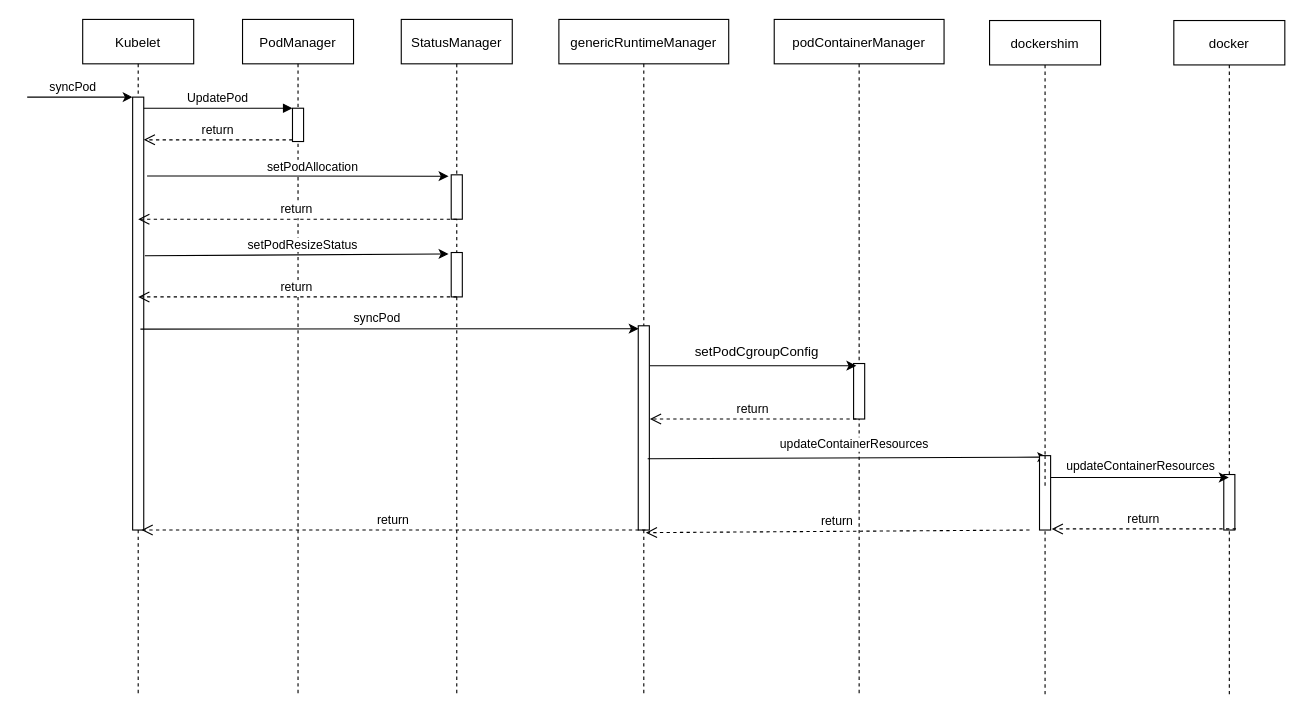
Above: worklog/Untitled Diagram.drawio in ichbinblau/OTC_Work_Log (draw.io), before the change. Source tidied: cells renumbered, new cells numbered last; positions are measured from the earlier drawing's top-left corner, leaving out a move shared by most shapes. Both pictures are drawn from the tidied source at 111%, with x=0, y=0 at pixel (27, 19).
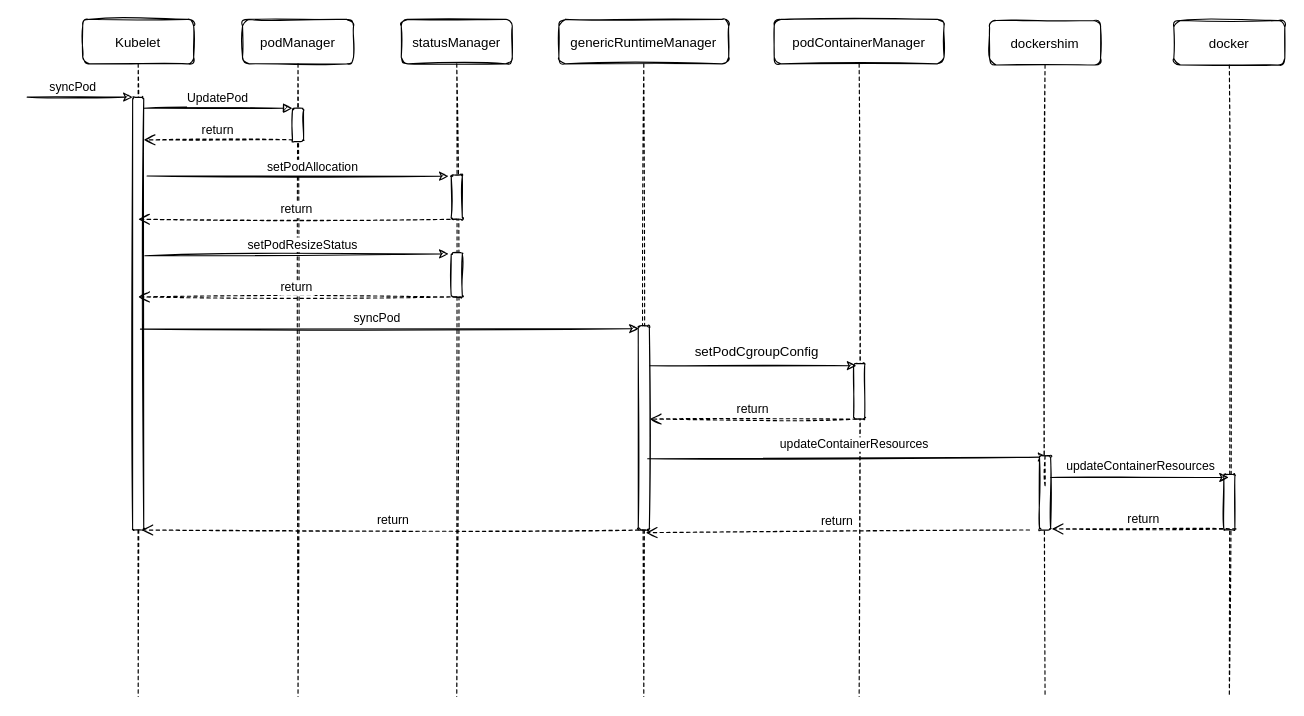
The same diagram, later.

The edit, as a diff of the source:
```diff
@@
-    <mxCell id="2" value="Kubelet" style="shape=umlLifeline;perimeter=lifelinePerimeter;rounded=0;shadow=0;strokeWidth=1;" parent="1" vertex="1">
+    <mxCell id="2" value="Kubelet" style="shape=umlLifeline;perimeter=lifelinePerimeter;shadow=0;strokeWidth=1;rounded=1;sketch=1;" parent="1" vertex="1">
       <mxGeometry x="50" width="100" height="610" as="geometry" />
     </mxCell>
-    <mxCell id="3" style="points=[];perimeter=orthogonalPerimeter;rounded=0;shadow=0;strokeWidth=1;" parent="2" vertex="1">
+    <mxCell id="3" style="points=[];perimeter=orthogonalPerimeter;shadow=0;strokeWidth=1;rounded=1;sketch=1;" parent="2" vertex="1">
       <mxGeometry x="45" y="70" width="10" height="390" as="geometry" />
     </mxCell>
-    <mxCell id="4" style="endArrow=classic;html=1;" parent="2" edge="1">
+    <mxCell id="4" style="endArrow=classic;html=1;sketch=1;" parent="2" edge="1">
       <mxGeometry relative="1" as="geometry">
         <mxPoint x="-50" y="70" as="sourcePoint" />
         <mxPoint x="45" y="70" as="targetPoint" />
       </mxGeometry>
     </mxCell>
-    <mxCell id="5" value="syncPod" style="edgeLabel;html=1;align=center;verticalAlign=middle;" parent="4" vertex="1">
+    <mxCell id="5" value="syncPod" style="edgeLabel;html=1;align=center;verticalAlign=middle;rounded=1;sketch=1;" parent="4" vertex="1">
       <mxGeometry x="-0.15" y="1" relative="1" as="geometry">
         <mxPoint y="-9" as="offset" />
       </mxGeometry>
     </mxCell>
-    <mxCell id="6" value="PodManager" style="shape=umlLifeline;perimeter=lifelinePerimeter;rounded=0;shadow=0;strokeWidth=1;" parent="1" vertex="1">
+    <mxCell id="6" value="podManager" style="shape=umlLifeline;perimeter=lifelinePerimeter;shadow=0;strokeWidth=1;rounded=1;sketch=1;" parent="1" vertex="1">
       <mxGeometry x="194" width="100" height="610" as="geometry" />
     </mxCell>
-    <mxCell id="7" style="points=[];perimeter=orthogonalPerimeter;rounded=0;shadow=0;strokeWidth=1;" parent="6" vertex="1">
+    <mxCell id="7" style="points=[];perimeter=orthogonalPerimeter;shadow=0;strokeWidth=1;rounded=1;sketch=1;" parent="6" vertex="1">
       <mxGeometry x="45" y="80" width="10" height="30" as="geometry" />
     </mxCell>
-    <mxCell id="8" value="return" style="verticalAlign=bottom;endArrow=open;dashed=1;endSize=8;exitX=0;exitY=0.95;shadow=0;strokeWidth=1;" parent="1" edge="1" source="7" target="3">
+    <mxCell id="8" value="return" style="verticalAlign=bottom;endArrow=open;dashed=1;endSize=8;exitX=0;exitY=0.95;shadow=0;strokeWidth=1;sketch=1;" parent="1" edge="1" source="7" target="3">
       <mxGeometry relative="1" as="geometry" />
     </mxCell>
-    <mxCell id="9" value="UpdatePod" style="verticalAlign=bottom;endArrow=block;entryX=0;entryY=0;shadow=0;strokeWidth=1;" parent="1" edge="1" source="3" target="7">
+    <mxCell id="9" value="UpdatePod" style="verticalAlign=bottom;endArrow=block;entryX=0;entryY=0;shadow=0;strokeWidth=1;sketch=1;" parent="1" edge="1" source="3" target="7">
       <mxGeometry relative="1" as="geometry" />
     </mxCell>
-    <mxCell id="10" value="StatusManager" style="shape=umlLifeline;perimeter=lifelinePerimeter;rounded=0;shadow=0;strokeWidth=1;" parent="1" vertex="1">
+    <mxCell id="10" value="statusManager" style="shape=umlLifeline;perimeter=lifelinePerimeter;shadow=0;strokeWidth=1;rounded=1;sketch=1;" parent="1" vertex="1">
       <mxGeometry x="337" width="100" height="610" as="geometry" />
     </mxCell>
-    <mxCell id="11" style="points=[];perimeter=orthogonalPerimeter;rounded=0;shadow=0;strokeWidth=1;" parent="10" vertex="1">
+    <mxCell id="11" style="points=[];perimeter=orthogonalPerimeter;shadow=0;strokeWidth=1;rounded=1;sketch=1;" parent="10" vertex="1">
       <mxGeometry x="45" y="140" width="10" height="40" as="geometry" />
     </mxCell>
-    <mxCell id="12" style="points=[];perimeter=orthogonalPerimeter;rounded=0;shadow=0;strokeWidth=1;" parent="10" vertex="1">
+    <mxCell id="12" style="points=[];perimeter=orthogonalPerimeter;shadow=0;strokeWidth=1;rounded=1;sketch=1;" parent="10" vertex="1">
       <mxGeometry x="45" y="210" width="10" height="40" as="geometry" />
     </mxCell>
-    <mxCell id="13" style="endArrow=classic;html=1;entryX=-0.24;entryY=0.031;entryDx=0;entryDy=0;entryPerimeter=0;exitX=0.56;exitY=0.433;exitDx=0;exitDy=0;exitPerimeter=0;" parent="10" edge="1" target="12">
+    <mxCell id="13" style="endArrow=classic;html=1;entryX=-0.24;entryY=0.031;entryDx=0;entryDy=0;entryPerimeter=0;exitX=0.56;exitY=0.433;exitDx=0;exitDy=0;exitPerimeter=0;sketch=1;" parent="10" edge="1" target="12">
       <mxGeometry relative="1" as="geometry">
         <mxPoint x="-231" y="212.9" as="sourcePoint" />
       </mxGeometry>
     </mxCell>
-    <mxCell id="14" value="setPodResizeStatus" style="edgeLabel;html=1;align=center;verticalAlign=middle;" parent="13" vertex="1">
+    <mxCell id="14" value="setPodResizeStatus" style="edgeLabel;html=1;align=center;verticalAlign=middle;rounded=1;sketch=1;" parent="13" vertex="1">
       <mxGeometry x="0.09" y="1" relative="1" as="geometry">
         <mxPoint x="-7" y="-8" as="offset" />
       </mxGeometry>
     </mxCell>
-    <mxCell id="15" value="return" style="verticalAlign=bottom;endArrow=open;dashed=1;endSize=8;shadow=0;strokeWidth=1;" parent="10" edge="1">
+    <mxCell id="15" value="return" style="verticalAlign=bottom;endArrow=open;dashed=1;endSize=8;shadow=0;strokeWidth=1;sketch=1;" parent="10" edge="1">
       <mxGeometry relative="1" as="geometry">
         <mxPoint x="50" y="250" as="sourcePoint" />
         <mxPoint x="-237" y="250" as="targetPoint" />
       </mxGeometry>
     </mxCell>
-    <mxCell id="16" style="endArrow=classic;html=1;entryX=-0.24;entryY=0.031;entryDx=0;entryDy=0;entryPerimeter=0;" parent="1" edge="1" target="11">
+    <mxCell id="16" style="endArrow=classic;html=1;entryX=-0.24;entryY=0.031;entryDx=0;entryDy=0;entryPerimeter=0;sketch=1;" parent="1" edge="1" target="11">
       <mxGeometry relative="1" as="geometry">
         <mxPoint x="108" y="141" as="sourcePoint" />
       </mxGeometry>
     </mxCell>
-    <mxCell id="17" value="setPodAllocation" style="edgeLabel;html=1;align=center;verticalAlign=middle;" parent="16" vertex="1">
+    <mxCell id="17" value="setPodAllocation" style="edgeLabel;html=1;align=center;verticalAlign=middle;rounded=1;sketch=1;" parent="16" vertex="1">
       <mxGeometry x="0.09" y="1" relative="1" as="geometry">
         <mxPoint y="-8" as="offset" />
       </mxGeometry>
     </mxCell>
-    <mxCell id="18" value="return" style="verticalAlign=bottom;endArrow=open;dashed=1;endSize=8;shadow=0;strokeWidth=1;" parent="1" edge="1">
+    <mxCell id="18" value="return" style="verticalAlign=bottom;endArrow=open;dashed=1;endSize=8;shadow=0;strokeWidth=1;sketch=1;" parent="1" edge="1">
       <mxGeometry relative="1" as="geometry">
         <mxPoint x="387" y="180" as="sourcePoint" />
         <mxPoint x="100" y="180" as="targetPoint" />
       </mxGeometry>
     </mxCell>
-    <mxCell id="19" value="genericRuntimeManager" style="shape=umlLifeline;perimeter=lifelinePerimeter;rounded=0;shadow=0;strokeWidth=1;" parent="1" vertex="1">
+    <mxCell id="19" value="genericRuntimeManager" style="shape=umlLifeline;perimeter=lifelinePerimeter;shadow=0;strokeWidth=1;rounded=1;sketch=1;" parent="1" vertex="1">
       <mxGeometry x="479" width="153" height="610" as="geometry" />
     </mxCell>
-    <mxCell id="20" style="perimeter=orthogonalPerimeter;rounded=0;shadow=0;strokeWidth=1;" parent="19" vertex="1">
+    <mxCell id="20" style="perimeter=orthogonalPerimeter;shadow=0;strokeWidth=1;rounded=1;sketch=1;" parent="19" vertex="1">
       <mxGeometry x="71.5" y="276" width="10" height="184" as="geometry" />
     </mxCell>
-    <mxCell id="21" style="endArrow=classic;html=1;entryX=0.47;entryY=0.58;entryDx=0;entryDy=0;entryPerimeter=0;" parent="1" edge="1">
+    <mxCell id="21" style="endArrow=classic;html=1;entryX=0.47;entryY=0.58;entryDx=0;entryDy=0;entryPerimeter=0;sketch=1;" parent="1" edge="1">
       <mxGeometry relative="1" as="geometry">
         <mxPoint x="102" y="279" as="sourcePoint" />
         <mxPoint x="550.9" y="278.6" as="targetPoint" />
       </mxGeometry>
     </mxCell>
-    <mxCell id="22" value="syncPod" style="edgeLabel;html=1;align=center;verticalAlign=middle;" parent="21" vertex="1">
+    <mxCell id="22" value="syncPod" style="edgeLabel;html=1;align=center;verticalAlign=middle;rounded=1;sketch=1;" parent="21" vertex="1">
       <mxGeometry x="-0.05" y="4" relative="1" as="geometry">
         <mxPoint y="-6" as="offset" />
       </mxGeometry>
     </mxCell>
-    <mxCell id="23" value="podContainerManager" style="shape=umlLifeline;perimeter=lifelinePerimeter;rounded=0;shadow=0;strokeWidth=1;" parent="1" vertex="1">
+    <mxCell id="23" value="podContainerManager" style="shape=umlLifeline;perimeter=lifelinePerimeter;shadow=0;strokeWidth=1;rounded=1;sketch=1;" parent="1" vertex="1">
       <mxGeometry x="673" width="153" height="610" as="geometry" />
     </mxCell>
-    <mxCell id="24" style="perimeter=orthogonalPerimeter;rounded=0;shadow=0;strokeWidth=1;" parent="23" vertex="1">
+    <mxCell id="24" style="perimeter=orthogonalPerimeter;shadow=0;strokeWidth=1;rounded=1;sketch=1;" parent="23" vertex="1">
       <mxGeometry x="71.5" y="310" width="10" height="50" as="geometry" />
     </mxCell>
-    <mxCell id="25" value="return" style="verticalAlign=bottom;endArrow=open;dashed=1;endSize=8;shadow=0;strokeWidth=1;" parent="23" edge="1">
+    <mxCell id="25" value="return" style="verticalAlign=bottom;endArrow=open;dashed=1;endSize=8;shadow=0;strokeWidth=1;sketch=1;" parent="23" edge="1">
       <mxGeometry relative="1" as="geometry">
         <mxPoint x="74" y="360" as="sourcePoint" />
         <mxPoint x="-112" y="360" as="targetPoint" />
       </mxGeometry>
     </mxCell>
-    <mxCell id="26" style="endArrow=classic;html=1;" parent="1" edge="1">
+    <mxCell id="26" style="endArrow=classic;html=1;sketch=1;" parent="1" edge="1">
       <mxGeometry relative="1" as="geometry">
         <mxPoint x="561" y="312" as="sourcePoint" />
         <mxPoint x="747" y="312" as="targetPoint" />
       </mxGeometry>
     </mxCell>
-    <mxCell id="27" value="setPodCgroupConfig" style="text;html=1;align=center;verticalAlign=middle;strokeColor=none;fillColor=none;" parent="1" vertex="1">
+    <mxCell id="27" value="setPodCgroupConfig" style="text;html=1;align=center;verticalAlign=middle;strokeColor=none;fillColor=none;rounded=1;sketch=1;" parent="1" vertex="1">
       <mxGeometry x="592" y="290" width="130" height="20" as="geometry" />
     </mxCell>
-    <mxCell id="28" value="dockershim" style="shape=umlLifeline;perimeter=lifelinePerimeter;rounded=0;shadow=0;strokeWidth=1;" parent="1" vertex="1">
+    <mxCell id="28" value="dockershim" style="shape=umlLifeline;perimeter=lifelinePerimeter;shadow=0;strokeWidth=1;rounded=1;sketch=1;" parent="1" vertex="1">
       <mxGeometry x="867" y="1" width="100" height="609" as="geometry" />
     </mxCell>
-    <mxCell id="29" value="return" style="verticalAlign=bottom;endArrow=open;dashed=1;endSize=8;shadow=0;strokeWidth=1;entryX=0.512;entryY=0.758;entryDx=0;entryDy=0;entryPerimeter=0;" parent="28" edge="1" target="19">
+    <mxCell id="29" value="return" style="verticalAlign=bottom;endArrow=open;dashed=1;endSize=8;shadow=0;strokeWidth=1;entryX=0.512;entryY=0.758;entryDx=0;entryDy=0;entryPerimeter=0;sketch=1;" parent="28" edge="1" target="19">
       <mxGeometry relative="1" as="geometry">
         <mxPoint x="36" y="459" as="sourcePoint" />
       </mxGeometry>
     </mxCell>
-    <mxCell id="30" style="endArrow=classic;html=1;exitX=0.523;exitY=0.823;exitDx=0;exitDy=0;exitPerimeter=0;entryX=0.52;entryY=0.631;entryDx=0;entryDy=0;entryPerimeter=0;" parent="1" edge="1">
+    <mxCell id="30" style="endArrow=classic;html=1;exitX=0.523;exitY=0.823;exitDx=0;exitDy=0;exitPerimeter=0;entryX=0.52;entryY=0.631;entryDx=0;entryDy=0;entryPerimeter=0;sketch=1;" parent="1" edge="1">
       <mxGeometry relative="1" as="geometry">
         <mxPoint x="559" y="395.8" as="sourcePoint" />
         <mxPoint x="919" y="394.3" as="targetPoint" />
       </mxGeometry>
     </mxCell>
-    <mxCell id="31" value="updateContainerResources" style="edgeLabel;html=1;align=center;verticalAlign=middle;" parent="30" vertex="1">
+    <mxCell id="31" value="updateContainerResources" style="edgeLabel;html=1;align=center;verticalAlign=middle;rounded=1;sketch=1;" parent="30" vertex="1">
       <mxGeometry x="-0.17" y="-2" relative="1" as="geometry">
         <mxPoint x="36" y="-15" as="offset" />
       </mxGeometry>
     </mxCell>
-    <mxCell id="32" style="points=[];perimeter=orthogonalPerimeter;rounded=0;shadow=0;strokeWidth=1;" parent="1" vertex="1">
+    <mxCell id="32" style="points=[];perimeter=orthogonalPerimeter;shadow=0;strokeWidth=1;rounded=1;sketch=1;" parent="1" vertex="1">
       <mxGeometry x="912" y="393" width="10" height="67" as="geometry" />
     </mxCell>
-    <mxCell id="33" style="verticalAlign=bottom;endArrow=none;dashed=1;endSize=8;shadow=0;strokeWidth=1;" parent="1" edge="1" target="32">
+    <mxCell id="33" style="verticalAlign=bottom;endArrow=none;dashed=1;endSize=8;shadow=0;strokeWidth=1;sketch=1;" parent="1" edge="1" target="32">
       <mxGeometry relative="1" as="geometry">
         <mxPoint x="917" y="420" as="sourcePoint" />
       </mxGeometry>
     </mxCell>
-    <mxCell id="34" value="docker" style="shape=umlLifeline;perimeter=lifelinePerimeter;rounded=0;shadow=0;strokeWidth=1;" parent="1" vertex="1">
+    <mxCell id="34" value="docker" style="shape=umlLifeline;perimeter=lifelinePerimeter;shadow=0;strokeWidth=1;rounded=1;sketch=1;" parent="1" vertex="1">
       <mxGeometry x="1033" y="1" width="100" height="609" as="geometry" />
     </mxCell>
-    <mxCell id="35" style="perimeter=orthogonalPerimeter;rounded=0;shadow=0;strokeWidth=1;" parent="34" vertex="1">
+    <mxCell id="35" style="perimeter=orthogonalPerimeter;shadow=0;strokeWidth=1;rounded=1;sketch=1;" parent="34" vertex="1">
       <mxGeometry x="45" y="409" width="10" height="50" as="geometry" />
     </mxCell>
-    <mxCell id="36" value="return" style="verticalAlign=bottom;endArrow=open;dashed=1;endSize=8;shadow=0;strokeWidth=1;" parent="34" edge="1">
+    <mxCell id="36" value="return" style="verticalAlign=bottom;endArrow=open;dashed=1;endSize=8;shadow=0;strokeWidth=1;sketch=1;" parent="34" edge="1">
       <mxGeometry relative="1" as="geometry">
         <mxPoint x="56" y="458" as="sourcePoint" />
         <mxPoint x="-110" y="458" as="targetPoint" />
       </mxGeometry>
     </mxCell>
-    <mxCell id="37" style="endArrow=classic;html=1;exitX=0.552;exitY=0.676;exitDx=0;exitDy=0;exitPerimeter=0;" parent="1" edge="1" source="28" target="34">
+    <mxCell id="37" style="endArrow=classic;html=1;exitX=0.552;exitY=0.676;exitDx=0;exitDy=0;exitPerimeter=0;sketch=1;" parent="1" edge="1" source="28" target="34">
       <mxGeometry relative="1" as="geometry" />
     </mxCell>
-    <mxCell id="38" value="updateContainerResources" style="edgeLabel;html=1;align=center;verticalAlign=middle;" parent="1" vertex="1">
+    <mxCell id="38" value="updateContainerResources" style="edgeLabel;html=1;align=center;verticalAlign=middle;rounded=1;sketch=1;" parent="1" vertex="1">
       <mxGeometry x="1002" y="401.2" as="geometry" />
     </mxCell>
-    <mxCell id="39" value="return" style="verticalAlign=bottom;endArrow=open;dashed=1;endSize=8;shadow=0;strokeWidth=1;" parent="1" edge="1">
+    <mxCell id="39" value="return" style="verticalAlign=bottom;endArrow=open;dashed=1;endSize=8;shadow=0;strokeWidth=1;sketch=1;" parent="1" edge="1">
       <mxGeometry relative="1" as="geometry">
         <mxPoint x="557" y="460" as="sourcePoint" />
         <mxPoint x="103" y="460" as="targetPoint" />
       </mxGeometry>
     </mxCell>
```
